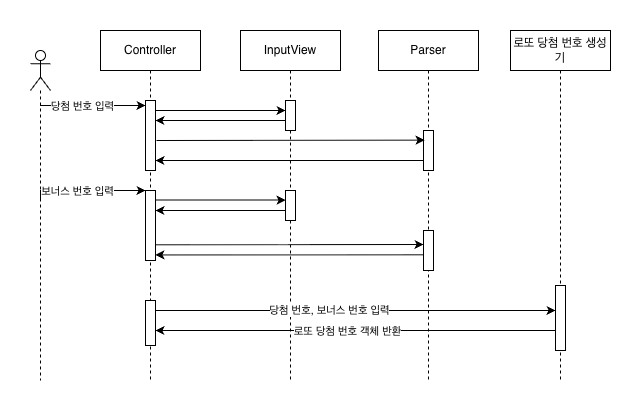
Above: image/DrawnLottoNumberInputSequenceDiagram.png in toctoce/java-lotto-8 (draw.io), before the change. Source tidied: cells renumbered, new cells last; positions are measured from the earlier drawing's top-left corner, leaving out a move shared by most shapes.
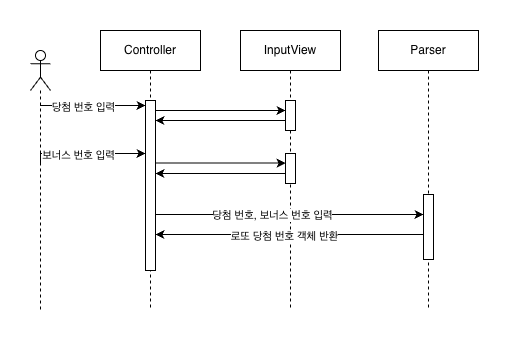
After the change.

Commit message:
docs(readme): 로또 번호 입력 시퀀스 다이어그램 수정

The edit, as a diff of the source:
```diff
@@ -3,143 +3,108 @@
     <mxCell id="0" />
     <mxCell id="1" parent="0" />
     <mxCell id="2" value="Controller" style="shape=umlLifeline;perimeter=lifelinePerimeter;whiteSpace=wrap;html=1;newEdgeStyle={&quot;edgeStyle&quot;:&quot;elbowEdgeStyle&quot;,&quot;elbow&quot;:&quot;vertical&quot;,&quot;curved&quot;:0,&quot;rounded&quot;:0};" parent="1" vertex="1">
-      <mxGeometry x="70" width="100" height="350" as="geometry" />
+      <mxGeometry x="70" width="100" height="280" as="geometry" />
     </mxCell>
     <mxCell id="3" style="html=1;points=[];perimeter=orthogonalPerimeter;outlineConnect=0;targetShapes=umlLifeline;portConstraint=eastwest;newEdgeStyle={&quot;edgeStyle&quot;:&quot;elbowEdgeStyle&quot;,&quot;elbow&quot;:&quot;vertical&quot;,&quot;curved&quot;:0,&quot;rounded&quot;:0};" parent="2" vertex="1">
-      <mxGeometry x="45" y="70" width="10" height="70" as="geometry" />
+      <mxGeometry x="45" y="70" width="10" height="170" as="geometry" />
     </mxCell>
-    <mxCell id="4" style="html=1;points=[];perimeter=orthogonalPerimeter;outlineConnect=0;targetShapes=umlLifeline;portConstraint=eastwest;newEdgeStyle={&quot;edgeStyle&quot;:&quot;elbowEdgeStyle&quot;,&quot;elbow&quot;:&quot;vertical&quot;,&quot;curved&quot;:0,&quot;rounded&quot;:0};" parent="2" vertex="1">
-      <mxGeometry x="45" y="160" width="10" height="70" as="geometry" />
+    <mxCell id="4" value="Parser" style="shape=umlLifeline;perimeter=lifelinePerimeter;whiteSpace=wrap;html=1;outlineConnect=0;portConstraint=eastwest;newEdgeStyle={&quot;edgeStyle&quot;:&quot;elbowEdgeStyle&quot;,&quot;elbow&quot;:&quot;vertical&quot;,&quot;curved&quot;:0,&quot;rounded&quot;:0};size=40;" parent="1" vertex="1">
+      <mxGeometry x="348" width="100" height="280" as="geometry" />
     </mxCell>
-    <mxCell id="5" style="html=1;points=[];perimeter=orthogonalPerimeter;outlineConnect=0;targetShapes=umlLifeline;portConstraint=eastwest;newEdgeStyle={&quot;edgeStyle&quot;:&quot;elbowEdgeStyle&quot;,&quot;elbow&quot;:&quot;vertical&quot;,&quot;curved&quot;:0,&quot;rounded&quot;:0};" parent="2" vertex="1">
-      <mxGeometry x="45" y="270" width="10" height="45" as="geometry" />
+    <mxCell id="5" style="html=1;points=[];perimeter=orthogonalPerimeter;outlineConnect=0;targetShapes=umlLifeline;portConstraint=eastwest;newEdgeStyle={&quot;edgeStyle&quot;:&quot;elbowEdgeStyle&quot;,&quot;elbow&quot;:&quot;vertical&quot;,&quot;curved&quot;:0,&quot;rounded&quot;:0};" parent="4" vertex="1">
+      <mxGeometry x="45" y="164" width="10" height="65" as="geometry" />
     </mxCell>
-    <mxCell id="6" value="Parser" style="shape=umlLifeline;perimeter=lifelinePerimeter;whiteSpace=wrap;html=1;newEdgeStyle={&quot;edgeStyle&quot;:&quot;elbowEdgeStyle&quot;,&quot;elbow&quot;:&quot;vertical&quot;,&quot;curved&quot;:0,&quot;rounded&quot;:0};size=40;" parent="1" vertex="1">
-      <mxGeometry x="348" width="100" height="350" as="geometry" />
+    <mxCell id="6" style="edgeStyle=orthogonalEdgeStyle;rounded=0;jettySize=auto;html=1;curved=0;" parent="1" edge="1" target="3">
+      <mxGeometry relative="1" as="geometry">
+        <mxPoint x="9.4" y="75" as="sourcePoint" />
+        <Array as="points">
+          <mxPoint x="80" y="75" />
+          <mxPoint x="80" y="75" />
+        </Array>
+      </mxGeometry>
     </mxCell>
-    <mxCell id="7" style="html=1;points=[];perimeter=orthogonalPerimeter;outlineConnect=0;targetShapes=umlLifeline;portConstraint=eastwest;newEdgeStyle={&quot;edgeStyle&quot;:&quot;elbowEdgeStyle&quot;,&quot;elbow&quot;:&quot;vertical&quot;,&quot;curved&quot;:0,&quot;rounded&quot;:0};" parent="6" vertex="1">
-      <mxGeometry x="45" y="100" width="10" height="40" as="geometry" />
+    <mxCell id="7" value="당첨 번호 입력" style="edgeLabel;html=1;align=center;verticalAlign=middle;points=[];" parent="6" vertex="1">
+      <mxGeometry x="-0.19" y="-2" relative="1" as="geometry">
+        <mxPoint y="-1" as="offset" />
+      </mxGeometry>
     </mxCell>
-    <mxCell id="8" style="html=1;perimeter=orthogonalPerimeter;targetShapes=umlLifeline;newEdgeStyle={&quot;edgeStyle&quot;:&quot;elbowEdgeStyle&quot;,&quot;elbow&quot;:&quot;vertical&quot;,&quot;curved&quot;:0,&quot;rounded&quot;:0};" parent="6" vertex="1">
-      <mxGeometry x="45" y="200" width="10" height="40" as="geometry" />
+    <mxCell id="8" style="shape=umlLifeline;perimeter=lifelinePerimeter;whiteSpace=wrap;html=1;newEdgeStyle={&quot;curved&quot;:0,&quot;rounded&quot;:0};participant=umlActor;" parent="1" vertex="1">
+      <mxGeometry y="20" width="20" height="260" as="geometry" />
     </mxCell>
-    <mxCell id="9" style="edgeStyle=orthogonalEdgeStyle;rounded=0;jettySize=auto;html=1;curved=0;" parent="1" edge="1" target="3">
-      <mxGeometry relative="1" as="geometry">
-        <mxPoint x="9.4" y="75" as="sourcePoint" />
-        <Array as="points">
-          <mxPoint x="80" y="75" />
-          <mxPoint x="80" y="75" />
-        </Array>
-      </mxGeometry>
+    <mxCell id="9" value="InputView" style="shape=umlLifeline;perimeter=lifelinePerimeter;whiteSpace=wrap;html=1;newEdgeStyle={&quot;edgeStyle&quot;:&quot;elbowEdgeStyle&quot;,&quot;elbow&quot;:&quot;vertical&quot;,&quot;curved&quot;:0,&quot;rounded&quot;:0};" parent="1" vertex="1">
+      <mxGeometry x="210" width="100" height="280" as="geometry" />
     </mxCell>
-    <mxCell id="10" value="당첨 번호 입력" style="edgeLabel;html=1;align=center;verticalAlign=middle;points=[];" parent="9" vertex="1">
-      <mxGeometry x="-0.19" y="-2" relative="1" as="geometry">
-        <mxPoint y="-1" as="offset" />
-      </mxGeometry>
+    <mxCell id="10" value="&lt;span style=&quot;color: rgba(0, 0, 0, 0); font-family: monospace; font-size: 0px; text-align: start;&quot;&gt;%3CmxGraphModel%3E%3Croot%3E%3CmxCell%20id%3D%220%22%2F%3E%3CmxCell%20id%3D%221%22%20parent%3D%220%22%2F%3E%3CmxCell%20id%3D%222%22%20style%3D%22edgeStyle%3DelbowEdgeStyle%3Brounded%3D0%3BorthogonalLoop%3D1%3BjettySize%3Dauto%3Bhtml%3D1%3Belbow%3Dvertical%3Bcurved%3D0%3B%22%20edge%3D%221%22%20parent%3D%221%22%3E%3CmxGeometry%20relative%3D%221%22%20as%3D%22geometry%22%3E%3CArray%20as%3D%22points%22%3E%3CmxPoint%20x%3D%22250%22%20y%3D%22520%22%2F%3E%3C%2FArray%3E%3CmxPoint%20x%3D%22305%22%20y%3D%22520%22%20as%3D%22sourcePoint%22%2F%3E%3CmxPoint%20x%3D%22170%22%20y%3D%22520%22%20as%3D%22targetPoint%22%2F%3E%3C%2FmxGeometry%3E%3C%2FmxCell%3E%3C%2Froot%3E%3C%2FmxGraphModel%3E&lt;/span&gt;" style="html=1;points=[];perimeter=orthogonalPerimeter;outlineConnect=0;targetShapes=umlLifeline;portConstraint=eastwest;newEdgeStyle={&quot;edgeStyle&quot;:&quot;elbowEdgeStyle&quot;,&quot;elbow&quot;:&quot;vertical&quot;,&quot;curved&quot;:0,&quot;rounded&quot;:0};" parent="9" vertex="1">
+      <mxGeometry x="45" y="70" width="10" height="30" as="geometry" />
     </mxCell>
-    <mxCell id="11" style="shape=umlLifeline;perimeter=lifelinePerimeter;whiteSpace=wrap;html=1;outlineConnect=0;portConstraint=eastwest;newEdgeStyle={&quot;curved&quot;:0,&quot;rounded&quot;:0};participant=umlActor;" parent="1" vertex="1">
-      <mxGeometry y="20" width="20" height="330" as="geometry" />
+    <mxCell id="11" value="&lt;span style=&quot;color: rgba(0, 0, 0, 0); font-family: monospace; font-size: 0px; text-align: start;&quot;&gt;%3CmxGraphModel%3E%3Croot%3E%3CmxCell%20id%3D%220%22%2F%3E%3CmxCell%20id%3D%221%22%20parent%3D%220%22%2F%3E%3CmxCell%20id%3D%222%22%20style%3D%22edgeStyle%3DelbowEdgeStyle%3Brounded%3D0%3BorthogonalLoop%3D1%3BjettySize%3Dauto%3Bhtml%3D1%3Belbow%3Dvertical%3Bcurved%3D0%3B%22%20edge%3D%221%22%20parent%3D%221%22%3E%3CmxGeometry%20relative%3D%221%22%20as%3D%22geometry%22%3E%3CArray%20as%3D%22points%22%3E%3CmxPoint%20x%3D%22250%22%20y%3D%22520%22%2F%3E%3C%2FArray%3E%3CmxPoint%20x%3D%22305%22%20y%3D%22520%22%20as%3D%22sourcePoint%22%2F%3E%3CmxPoint%20x%3D%22170%22%20y%3D%22520%22%20as%3D%22targetPoint%22%2F%3E%3C%2FmxGeometry%3E%3C%2FmxCell%3E%3C%2Froot%3E%3C%2FmxGraphModel%3E&lt;/span&gt;" style="html=1;points=[];perimeter=orthogonalPerimeter;outlineConnect=0;targetShapes=umlLifeline;portConstraint=eastwest;newEdgeStyle={&quot;edgeStyle&quot;:&quot;elbowEdgeStyle&quot;,&quot;elbow&quot;:&quot;vertical&quot;,&quot;curved&quot;:0,&quot;rounded&quot;:0};" parent="9" vertex="1">
+      <mxGeometry x="45" y="123" width="10" height="30" as="geometry" />
     </mxCell>
-    <mxCell id="12" value="InputView" style="shape=umlLifeline;perimeter=lifelinePerimeter;whiteSpace=wrap;html=1;newEdgeStyle={&quot;edgeStyle&quot;:&quot;elbowEdgeStyle&quot;,&quot;elbow&quot;:&quot;vertical&quot;,&quot;curved&quot;:0,&quot;rounded&quot;:0};" parent="1" vertex="1">
-      <mxGeometry x="210" width="100" height="350" as="geometry" />
+    <mxCell id="12" style="edgeStyle=elbowEdgeStyle;rounded=0;jettySize=auto;html=1;elbow=vertical;curved=0;" parent="1" edge="1" source="3" target="10">
+      <mxGeometry relative="1" as="geometry">
+        <Array as="points">
+          <mxPoint x="190" y="80" />
+        </Array>
+      </mxGeometry>
     </mxCell>
-    <mxCell id="13" value="&lt;span style=&quot;color: rgba(0, 0, 0, 0); font-family: monospace; font-size: 0px; text-align: start;&quot;&gt;%3CmxGraphModel%3E%3Croot%3E%3CmxCell%20id%3D%220%22%2F%3E%3CmxCell%20id%3D%221%22%20parent%3D%220%22%2F%3E%3CmxCell%20id%3D%222%22%20style%3D%22edgeStyle%3DelbowEdgeStyle%3Brounded%3D0%3BorthogonalLoop%3D1%3BjettySize%3Dauto%3Bhtml%3D1%3Belbow%3Dvertical%3Bcurved%3D0%3B%22%20edge%3D%221%22%20parent%3D%221%22%3E%3CmxGeometry%20relative%3D%221%22%20as%3D%22geometry%22%3E%3CArray%20as%3D%22points%22%3E%3CmxPoint%20x%3D%22250%22%20y%3D%22520%22%2F%3E%3C%2FArray%3E%3CmxPoint%20x%3D%22305%22%20y%3D%22520%22%20as%3D%22sourcePoint%22%2F%3E%3CmxPoint%20x%3D%22170%22%20y%3D%22520%22%20as%3D%22targetPoint%22%2F%3E%3C%2FmxGeometry%3E%3C%2FmxCell%3E%3C%2Froot%3E%3C%2FmxGraphModel%3E&lt;/span&gt;" style="html=1;points=[];perimeter=orthogonalPerimeter;outlineConnect=0;targetShapes=umlLifeline;portConstraint=eastwest;newEdgeStyle={&quot;edgeStyle&quot;:&quot;elbowEdgeStyle&quot;,&quot;elbow&quot;:&quot;vertical&quot;,&quot;curved&quot;:0,&quot;rounded&quot;:0};" parent="12" vertex="1">
-      <mxGeometry x="45" y="70" width="10" height="30" as="geometry" />
+    <mxCell id="13" style="edgeStyle=elbowEdgeStyle;rounded=0;jettySize=auto;html=1;elbow=vertical;curved=0;" parent="1" edge="1" source="10" target="3">
+      <mxGeometry relative="1" as="geometry">
+        <Array as="points">
+          <mxPoint x="190" y="90" />
+        </Array>
+      </mxGeometry>
     </mxCell>
-    <mxCell id="14" value="&lt;span style=&quot;color: rgba(0, 0, 0, 0); font-family: monospace; font-size: 0px; text-align: start;&quot;&gt;%3CmxGraphModel%3E%3Croot%3E%3CmxCell%20id%3D%220%22%2F%3E%3CmxCell%20id%3D%221%22%20parent%3D%220%22%2F%3E%3CmxCell%20id%3D%222%22%20style%3D%22edgeStyle%3DelbowEdgeStyle%3Brounded%3D0%3BorthogonalLoop%3D1%3BjettySize%3Dauto%3Bhtml%3D1%3Belbow%3Dvertical%3Bcurved%3D0%3B%22%20edge%3D%221%22%20parent%3D%221%22%3E%3CmxGeometry%20relative%3D%221%22%20as%3D%22geometry%22%3E%3CArray%20as%3D%22points%22%3E%3CmxPoint%20x%3D%22250%22%20y%3D%22520%22%2F%3E%3C%2FArray%3E%3CmxPoint%20x%3D%22305%22%20y%3D%22520%22%20as%3D%22sourcePoint%22%2F%3E%3CmxPoint%20x%3D%22170%22%20y%3D%22520%22%20as%3D%22targetPoint%22%2F%3E%3C%2FmxGeometry%3E%3C%2FmxCell%3E%3C%2Froot%3E%3C%2FmxGraphModel%3E&lt;/span&gt;" style="html=1;points=[];perimeter=orthogonalPerimeter;outlineConnect=0;targetShapes=umlLifeline;portConstraint=eastwest;newEdgeStyle={&quot;edgeStyle&quot;:&quot;elbowEdgeStyle&quot;,&quot;elbow&quot;:&quot;vertical&quot;,&quot;curved&quot;:0,&quot;rounded&quot;:0};" parent="12" vertex="1">
-      <mxGeometry x="45" y="160" width="10" height="30" as="geometry" />
+    <mxCell id="14" style="edgeStyle=orthogonalEdgeStyle;rounded=0;orthogonalLoop=1;jettySize=auto;html=1;curved=0;" parent="1" edge="1">
+      <mxGeometry relative="1" as="geometry">
+        <mxPoint x="10" y="133" as="sourcePoint" />
+        <mxPoint x="115" y="123" as="targetPoint" />
+        <Array as="points">
+          <mxPoint x="10" y="123" />
+        </Array>
+      </mxGeometry>
     </mxCell>
-    <mxCell id="15" style="edgeStyle=elbowEdgeStyle;rounded=0;jettySize=auto;html=1;elbow=vertical;curved=0;" parent="1" edge="1" source="3" target="13">
-      <mxGeometry relative="1" as="geometry">
-        <Array as="points">
-          <mxPoint x="190" y="80" />
-        </Array>
+    <mxCell id="15" value="보너스 번호 입력" style="edgeLabel;html=1;align=center;verticalAlign=middle;" parent="14" vertex="1">
+      <mxGeometry x="-0.19" y="-2" relative="1" as="geometry">
+        <mxPoint y="-1" as="offset" />
       </mxGeometry>
     </mxCell>
-    <mxCell id="16" style="edgeStyle=elbowEdgeStyle;rounded=0;jettySize=auto;html=1;elbow=vertical;curved=0;" parent="1" edge="1" source="13" target="3">
+    <mxCell id="16" style="edgeStyle=elbowEdgeStyle;rounded=0;jettySize=auto;html=1;elbow=vertical;curved=0;" parent="1" edge="1" target="11">
       <mxGeometry relative="1" as="geometry">
+        <mxPoint x="125" y="132.6" as="sourcePoint" />
         <Array as="points">
-          <mxPoint x="190" y="90" />
+          <mxPoint x="195" y="132.6" />
         </Array>
       </mxGeometry>
     </mxCell>
-    <mxCell id="17" style="edgeStyle=elbowEdgeStyle;rounded=0;jettySize=auto;html=1;elbow=vertical;curved=0;" parent="1" edge="1" source="7" target="3">
+    <mxCell id="17" style="edgeStyle=elbowEdgeStyle;rounded=0;jettySize=auto;html=1;elbow=vertical;curved=0;" parent="1" edge="1" source="11">
       <mxGeometry relative="1" as="geometry">
+        <mxPoint x="125" y="143" as="targetPoint" />
         <Array as="points">
-          <mxPoint x="310" y="130" />
+          <mxPoint x="190" y="143" />
         </Array>
       </mxGeometry>
     </mxCell>
-    <mxCell id="18" value="로또 당첨 번호 생성기" style="shape=umlLifeline;perimeter=lifelinePerimeter;whiteSpace=wrap;html=1;newEdgeStyle={&quot;edgeStyle&quot;:&quot;elbowEdgeStyle&quot;,&quot;elbow&quot;:&quot;vertical&quot;,&quot;curved&quot;:0,&quot;rounded&quot;:0};size=40;" parent="1" vertex="1">
-      <mxGeometry x="480" width="100" height="350" as="geometry" />
+    <mxCell id="18" style="edgeStyle=elbowEdgeStyle;rounded=0;jettySize=auto;html=1;elbow=vertical;curved=0;" parent="1" edge="1" source="5">
+      <mxGeometry relative="1" as="geometry">
+        <mxPoint x="125" y="204" as="targetPoint" />
+        <Array as="points">
+          <mxPoint x="350" y="204" />
+        </Array>
+      </mxGeometry>
     </mxCell>
-    <mxCell id="19" style="html=1;points=[];perimeter=orthogonalPerimeter;outlineConnect=0;targetShapes=umlLifeline;portConstraint=eastwest;newEdgeStyle={&quot;edgeStyle&quot;:&quot;elbowEdgeStyle&quot;,&quot;elbow&quot;:&quot;vertical&quot;,&quot;curved&quot;:0,&quot;rounded&quot;:0};" parent="18" vertex="1">
-      <mxGeometry x="45" y="255" width="10" height="65" as="geometry" />
+    <mxCell id="19" value="로또 당첨 번호 객체 반환" style="edgeLabel;html=1;align=center;verticalAlign=middle;points=[];" parent="18" vertex="1">
+      <mxGeometry x="0.05" y="1" relative="1" as="geometry" />
     </mxCell>
-    <mxCell id="20" style="edgeStyle=orthogonalEdgeStyle;rounded=0;jettySize=auto;html=1;curved=0;" parent="1" edge="1" target="4">
+    <mxCell id="20" style="edgeStyle=elbowEdgeStyle;rounded=0;jettySize=auto;html=1;elbow=vertical;curved=0;" parent="1" edge="1" target="5">
       <mxGeometry relative="1" as="geometry">
-        <mxPoint x="10" y="170" as="sourcePoint" />
+        <mxPoint x="125" y="184" as="sourcePoint" />
         <Array as="points">
-          <mxPoint x="10" y="160" />
+          <mxPoint x="325" y="184" />
         </Array>
       </mxGeometry>
     </mxCell>
-    <mxCell id="21" value="보너스 번호 입력" style="edgeLabel;html=1;align=center;verticalAlign=middle;" parent="20" vertex="1">
-      <mxGeometry x="-0.19" y="-2" relative="1" as="geometry">
-        <mxPoint y="-1" as="offset" />
-      </mxGeometry>
+    <mxCell id="21" value="당첨 번호, 보너스 번호 입력" style="edgeLabel;html=1;align=center;verticalAlign=middle;" parent="20" vertex="1">
+      <mxGeometry x="-0.13" relative="1" as="geometry" />
     </mxCell>
-    <mxCell id="22" style="edgeStyle=elbowEdgeStyle;rounded=0;jettySize=auto;html=1;elbow=vertical;curved=0;" parent="1" edge="1" source="4" target="14">
-      <mxGeometry relative="1" as="geometry">
-        <Array as="points">
-          <mxPoint x="195" y="169.6" />
-        </Array>
-      </mxGeometry>
-    </mxCell>
-    <mxCell id="23" style="edgeStyle=elbowEdgeStyle;rounded=0;jettySize=auto;html=1;elbow=vertical;curved=0;" parent="1" edge="1" source="14" target="4">
-      <mxGeometry relative="1" as="geometry">
-        <Array as="points">
-          <mxPoint x="190" y="180" />
-        </Array>
-      </mxGeometry>
-    </mxCell>
-    <mxCell id="24" style="edgeStyle=elbowEdgeStyle;rounded=0;jettySize=auto;html=1;elbow=vertical;curved=0;" parent="1" edge="1" source="19" target="5">
-      <mxGeometry relative="1" as="geometry">
-        <Array as="points">
-          <mxPoint x="350" y="300" />
-        </Array>
-      </mxGeometry>
-    </mxCell>
-    <mxCell id="25" value="로또 당첨 번호 객체 반환" style="edgeLabel;html=1;align=center;verticalAlign=middle;" parent="24" vertex="1">
-      <mxGeometry x="0.05" y="1" relative="1" as="geometry" />
-    </mxCell>
-    <mxCell id="26" style="edgeStyle=elbowEdgeStyle;rounded=0;jettySize=auto;html=1;elbow=vertical;curved=0;" parent="1" edge="1" source="5" target="19">
-      <mxGeometry relative="1" as="geometry">
-        <Array as="points">
-          <mxPoint x="325" y="280" />
-        </Array>
-      </mxGeometry>
-    </mxCell>
-    <mxCell id="27" value="당첨 번호, 보너스 번호 입력" style="edgeLabel;html=1;align=center;verticalAlign=middle;" parent="26" vertex="1">
-      <mxGeometry x="-0.13" relative="1" as="geometry" />
-    </mxCell>
-    <mxCell id="28" style="edgeStyle=elbowEdgeStyle;rounded=0;orthogonalLoop=1;jettySize=auto;html=1;elbow=vertical;curved=0;" parent="1" edge="1">
-      <mxGeometry relative="1" as="geometry">
-        <mxPoint x="126" y="110" as="sourcePoint" />
-        <mxPoint x="394" y="110" as="targetPoint" />
-      </mxGeometry>
-    </mxCell>
-    <mxCell id="29" style="edgeStyle=elbowEdgeStyle;rounded=0;orthogonalLoop=1;jettySize=auto;html=1;elbow=vertical;curved=0;" parent="1" edge="1">
-      <mxGeometry relative="1" as="geometry">
-        <mxPoint x="125" y="214.3" as="sourcePoint" />
-        <mxPoint x="393" y="214.3" as="targetPoint" />
-      </mxGeometry>
-    </mxCell>
-    <mxCell id="30" style="edgeStyle=elbowEdgeStyle;rounded=0;orthogonalLoop=1;jettySize=auto;html=1;elbow=vertical;curved=0;" parent="1" edge="1">
-      <mxGeometry relative="1" as="geometry">
-        <mxPoint x="393" y="224.3" as="sourcePoint" />
-        <mxPoint x="125" y="224.3" as="targetPoint" />
-      </mxGeometry>
-    </mxCell>
   </root>
 </mxGraphModel>
```
